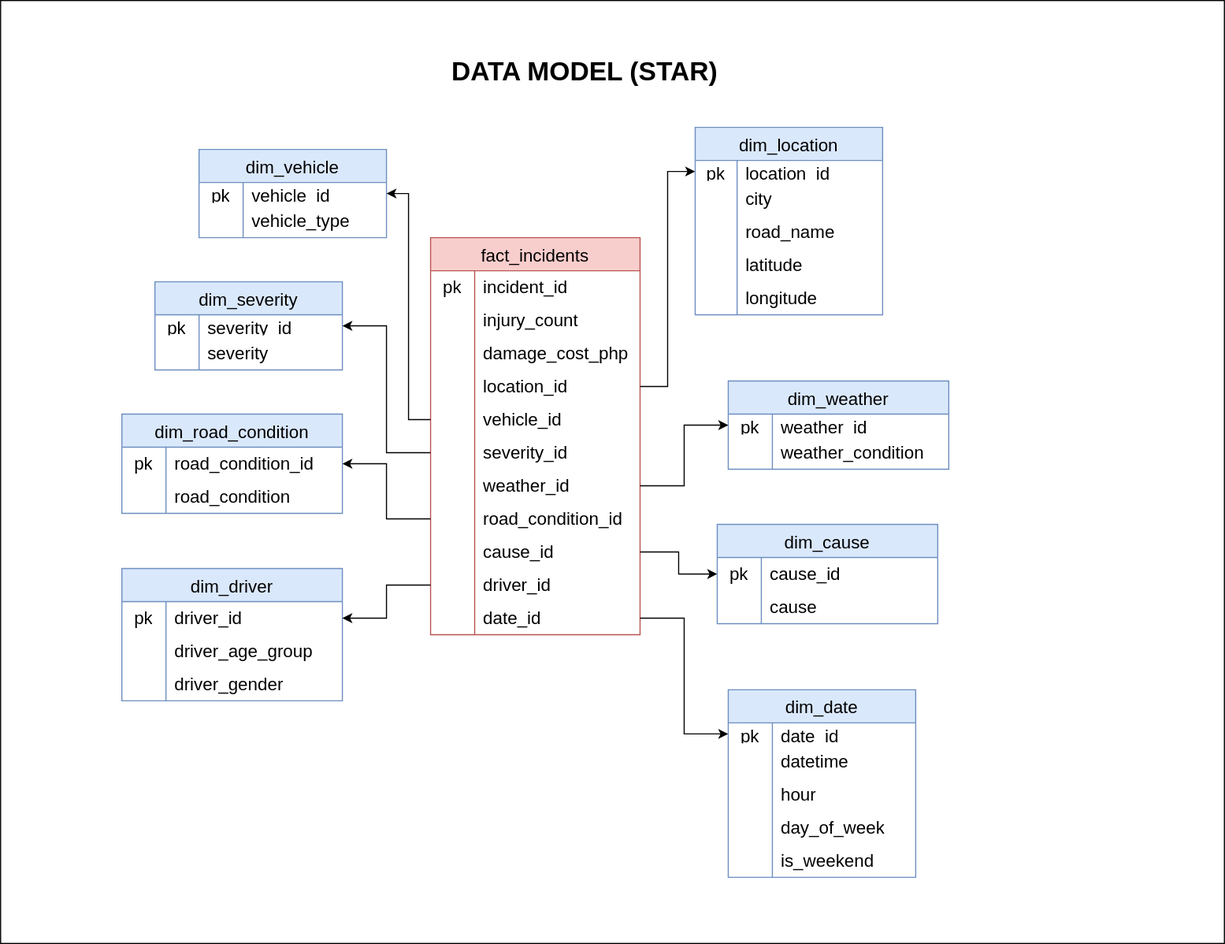
This is Data Model.svg from regret546/metro-manila-traffic-data-platform, a draw.io export, as it was before one commit. Source tidied: cells renumbered, new cells last; positions are measured from the earlier drawing's top-left corner, leaving out a move shared by most shapes.
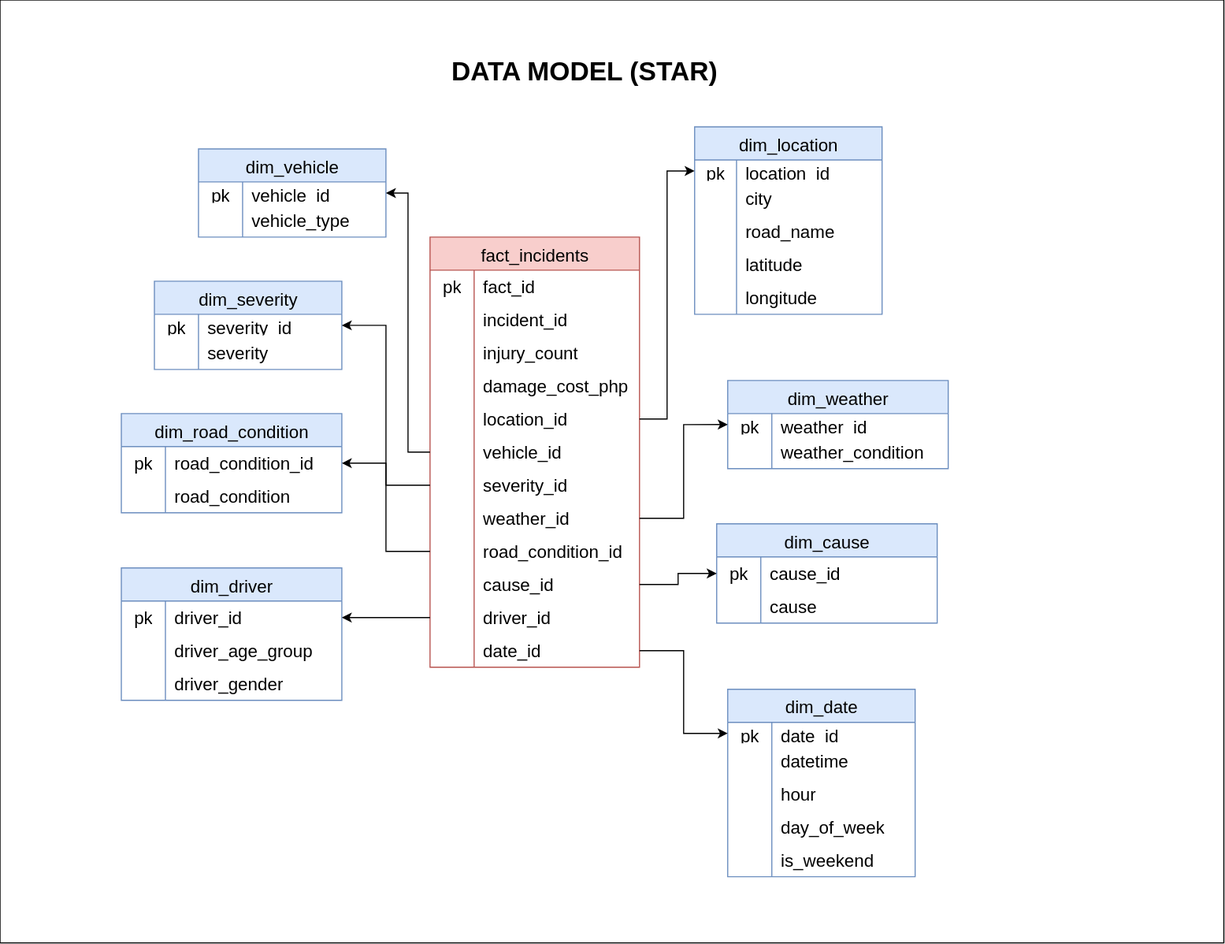
After the commit.

Commit message:
restructure fact table

Change to the diagram source:
```diff
@@ -12,7 +12,7 @@
       <mxGeometry x="270" width="300" height="40" as="geometry" />
     </mxCell>
     <mxCell id="5" value="fact_incidents " style="shape=table;startSize=30;rowLines=0;fontStyle=0;strokeColor=#b85450;fontSize=16;fillColor=#f8cecc;" parent="3" vertex="1">
-      <mxGeometry x="280" y="170" width="190" height="360" as="geometry" />
+      <mxGeometry x="280" y="170" width="190" height="390" as="geometry" />
     </mxCell>
     <mxCell id="6" style="shape=tableRow;horizontal=0;startSize=0;swimlaneHead=0;swimlaneBody=0;top=0;left=0;bottom=0;right=0;fillColor=none;strokeColor=inherit;fontSize=16;" parent="5" vertex="1">
       <mxGeometry y="30" width="190" height="30" as="geometry" />
@@ -20,11 +20,20 @@
     <mxCell id="7" value="pk" style="shape=partialRectangle;html=1;whiteSpace=wrap;fillColor=none;top=0;left=0;bottom=0;right=0;overflow=hidden;strokeColor=inherit;fontSize=16;" parent="6" vertex="1">
       <mxGeometry width="40" height="30" as="geometry" />
     </mxCell>
-    <mxCell id="8" value="incident_id" style="shape=partialRectangle;html=1;whiteSpace=wrap;fillColor=none;top=0;left=0;bottom=0;right=0;align=left;spacingLeft=6;overflow=hidden;strokeColor=inherit;fontSize=16;" parent="6" vertex="1">
+    <mxCell id="8" value="fact_id" style="shape=partialRectangle;html=1;whiteSpace=wrap;fillColor=none;top=0;left=0;bottom=0;right=0;align=left;spacingLeft=6;overflow=hidden;strokeColor=inherit;fontSize=16;" parent="6" vertex="1">
       <mxGeometry x="40" width="150" height="30" as="geometry" />
     </mxCell>
+    <mxCell id="124" style="shape=tableRow;horizontal=0;startSize=0;swimlaneHead=0;swimlaneBody=0;top=0;left=0;bottom=0;right=0;fillColor=none;strokeColor=inherit;fontSize=16;" parent="5" vertex="1">
+      <mxGeometry y="60" width="190" height="30" as="geometry" />
+    </mxCell>
+    <mxCell id="125" style="shape=partialRectangle;html=1;whiteSpace=wrap;fillColor=none;top=0;left=0;bottom=0;right=0;overflow=hidden;strokeColor=inherit;fontSize=16;" parent="124" vertex="1">
+      <mxGeometry width="40" height="30" as="geometry" />
+    </mxCell>
+    <mxCell id="126" value="incident_id" style="shape=partialRectangle;html=1;whiteSpace=wrap;fillColor=none;top=0;left=0;bottom=0;right=0;align=left;spacingLeft=6;overflow=hidden;strokeColor=inherit;fontSize=16;" parent="124" vertex="1">
+      <mxGeometry x="40" width="150" height="30" as="geometry" />
+    </mxCell>
     <mxCell id="9" style="shape=tableRow;horizontal=0;startSize=0;swimlaneHead=0;swimlaneBody=0;top=0;left=0;bottom=0;right=0;fillColor=none;strokeColor=inherit;fontSize=16;" parent="5" vertex="1">
-      <mxGeometry y="60" width="190" height="30" as="geometry" />
+      <mxGeometry y="90" width="190" height="30" as="geometry" />
     </mxCell>
     <mxCell id="10" style="shape=partialRectangle;html=1;whiteSpace=wrap;fillColor=none;top=0;left=0;bottom=0;right=0;overflow=hidden;strokeColor=inherit;fontSize=16;" parent="9" vertex="1">
       <mxGeometry width="40" height="30" as="geometry" />
@@ -33,7 +42,7 @@
       <mxGeometry x="40" width="150" height="30" as="geometry" />
     </mxCell>
     <mxCell id="12" style="shape=tableRow;horizontal=0;startSize=0;swimlaneHead=0;swimlaneBody=0;top=0;left=0;bottom=0;right=0;fillColor=none;strokeColor=inherit;fontSize=16;" parent="5" vertex="1">
-      <mxGeometry y="90" width="190" height="30" as="geometry" />
+      <mxGeometry y="120" width="190" height="30" as="geometry" />
     </mxCell>
     <mxCell id="13" style="shape=partialRectangle;html=1;whiteSpace=wrap;fillColor=none;top=0;left=0;bottom=0;right=0;overflow=hidden;strokeColor=inherit;fontSize=16;" parent="12" vertex="1">
       <mxGeometry width="40" height="30" as="geometry" />
@@ -42,7 +51,7 @@
       <mxGeometry x="40" width="150" height="30" as="geometry" />
     </mxCell>
     <mxCell id="15" style="shape=tableRow;horizontal=0;startSize=0;swimlaneHead=0;swimlaneBody=0;top=0;left=0;bottom=0;right=0;fillColor=none;points=[[0,0.5],[1,0.5]];portConstraint=eastwest;strokeColor=inherit;fontSize=16;" parent="5" vertex="1">
-      <mxGeometry y="120" width="190" height="30" as="geometry" />
+      <mxGeometry y="150" width="190" height="30" as="geometry" />
     </mxCell>
     <mxCell id="16" style="shape=partialRectangle;html=1;whiteSpace=wrap;fillColor=none;top=0;left=0;bottom=0;right=0;overflow=hidden;strokeColor=inherit;fontSize=16;" parent="15" vertex="1">
       <mxGeometry width="40" height="30" as="geometry" />
@@ -51,7 +60,7 @@
       <mxGeometry x="40" width="150" height="30" as="geometry" />
     </mxCell>
     <mxCell id="18" style="shape=tableRow;horizontal=0;startSize=0;swimlaneHead=0;swimlaneBody=0;top=0;left=0;bottom=0;right=0;fillColor=none;points=[[0,0.5],[1,0.5]];portConstraint=eastwest;strokeColor=inherit;fontSize=16;" parent="5" vertex="1">
-      <mxGeometry y="150" width="190" height="30" as="geometry" />
+      <mxGeometry y="180" width="190" height="30" as="geometry" />
     </mxCell>
     <mxCell id="19" style="shape=partialRectangle;html=1;whiteSpace=wrap;fillColor=none;top=0;left=0;bottom=0;right=0;overflow=hidden;strokeColor=inherit;fontSize=16;" parent="18" vertex="1">
       <mxGeometry width="40" height="30" as="geometry" />
@@ -60,7 +69,7 @@
       <mxGeometry x="40" width="150" height="30" as="geometry" />
     </mxCell>
     <mxCell id="21" style="shape=tableRow;horizontal=0;startSize=0;swimlaneHead=0;swimlaneBody=0;top=0;left=0;bottom=0;right=0;fillColor=none;points=[[0,0.5],[1,0.5]];portConstraint=eastwest;strokeColor=inherit;fontSize=16;" parent="5" vertex="1">
-      <mxGeometry y="180" width="190" height="30" as="geometry" />
+      <mxGeometry y="210" width="190" height="30" as="geometry" />
     </mxCell>
     <mxCell id="22" style="shape=partialRectangle;html=1;whiteSpace=wrap;fillColor=none;top=0;left=0;bottom=0;right=0;overflow=hidden;strokeColor=inherit;fontSize=16;" parent="21" vertex="1">
       <mxGeometry width="40" height="30" as="geometry" />
@@ -69,7 +78,7 @@
       <mxGeometry x="40" width="150" height="30" as="geometry" />
     </mxCell>
     <mxCell id="24" style="shape=tableRow;horizontal=0;startSize=0;swimlaneHead=0;swimlaneBody=0;top=0;left=0;bottom=0;right=0;fillColor=none;points=[[0,0.5],[1,0.5]];portConstraint=eastwest;strokeColor=inherit;fontSize=16;" parent="5" vertex="1">
-      <mxGeometry y="210" width="190" height="30" as="geometry" />
+      <mxGeometry y="240" width="190" height="30" as="geometry" />
     </mxCell>
     <mxCell id="25" style="shape=partialRectangle;html=1;whiteSpace=wrap;fillColor=none;top=0;left=0;bottom=0;right=0;overflow=hidden;strokeColor=inherit;fontSize=16;" parent="24" vertex="1">
       <mxGeometry width="40" height="30" as="geometry" />
@@ -78,7 +87,7 @@
       <mxGeometry x="40" width="150" height="30" as="geometry" />
     </mxCell>
     <mxCell id="27" style="shape=tableRow;horizontal=0;startSize=0;swimlaneHead=0;swimlaneBody=0;top=0;left=0;bottom=0;right=0;fillColor=none;points=[[0,0.5],[1,0.5]];portConstraint=eastwest;strokeColor=inherit;fontSize=16;" parent="5" vertex="1">
-      <mxGeometry y="240" width="190" height="30" as="geometry" />
+      <mxGeometry y="270" width="190" height="30" as="geometry" />
     </mxCell>
     <mxCell id="28" style="shape=partialRectangle;html=1;whiteSpace=wrap;fillColor=none;top=0;left=0;bottom=0;right=0;overflow=hidden;strokeColor=inherit;fontSize=16;" parent="27" vertex="1">
       <mxGeometry width="40" height="30" as="geometry" />
@@ -87,7 +96,7 @@
       <mxGeometry x="40" width="150" height="30" as="geometry" />
     </mxCell>
     <mxCell id="30" style="shape=tableRow;horizontal=0;startSize=0;swimlaneHead=0;swimlaneBody=0;top=0;left=0;bottom=0;right=0;fillColor=none;points=[[0,0.5],[1,0.5]];portConstraint=eastwest;strokeColor=inherit;fontSize=16;" parent="5" vertex="1">
-      <mxGeometry y="270" width="190" height="30" as="geometry" />
+      <mxGeometry y="300" width="190" height="30" as="geometry" />
     </mxCell>
     <mxCell id="31" style="shape=partialRectangle;html=1;whiteSpace=wrap;fillColor=none;top=0;left=0;bottom=0;right=0;overflow=hidden;strokeColor=inherit;fontSize=16;" parent="30" vertex="1">
       <mxGeometry width="40" height="30" as="geometry" />
@@ -96,7 +105,7 @@
       <mxGeometry x="40" width="150" height="30" as="geometry" />
     </mxCell>
     <mxCell id="33" style="shape=tableRow;horizontal=0;startSize=0;swimlaneHead=0;swimlaneBody=0;top=0;left=0;bottom=0;right=0;fillColor=none;points=[[0,0.5],[1,0.5]];portConstraint=eastwest;strokeColor=inherit;fontSize=16;" parent="5" vertex="1">
-      <mxGeometry y="300" width="190" height="30" as="geometry" />
+      <mxGeometry y="330" width="190" height="30" as="geometry" />
     </mxCell>
     <mxCell id="34" style="shape=partialRectangle;html=1;whiteSpace=wrap;fillColor=none;top=0;left=0;bottom=0;right=0;overflow=hidden;strokeColor=inherit;fontSize=16;" parent="33" vertex="1">
       <mxGeometry width="40" height="30" as="geometry" />
@@ -105,7 +114,7 @@
       <mxGeometry x="40" width="150" height="30" as="geometry" />
     </mxCell>
     <mxCell id="36" style="shape=tableRow;horizontal=0;startSize=0;swimlaneHead=0;swimlaneBody=0;top=0;left=0;bottom=0;right=0;fillColor=none;points=[[0,0.5],[1,0.5]];portConstraint=eastwest;strokeColor=inherit;fontSize=16;" parent="5" vertex="1">
-      <mxGeometry y="330" width="190" height="30" as="geometry" />
+      <mxGeometry y="360" width="190" height="30" as="geometry" />
     </mxCell>
     <mxCell id="37" style="shape=partialRectangle;html=1;whiteSpace=wrap;fillColor=none;top=0;left=0;bottom=0;right=0;overflow=hidden;strokeColor=inherit;fontSize=16;" parent="36" vertex="1">
       <mxGeometry width="40" height="30" as="geometry" />
```
